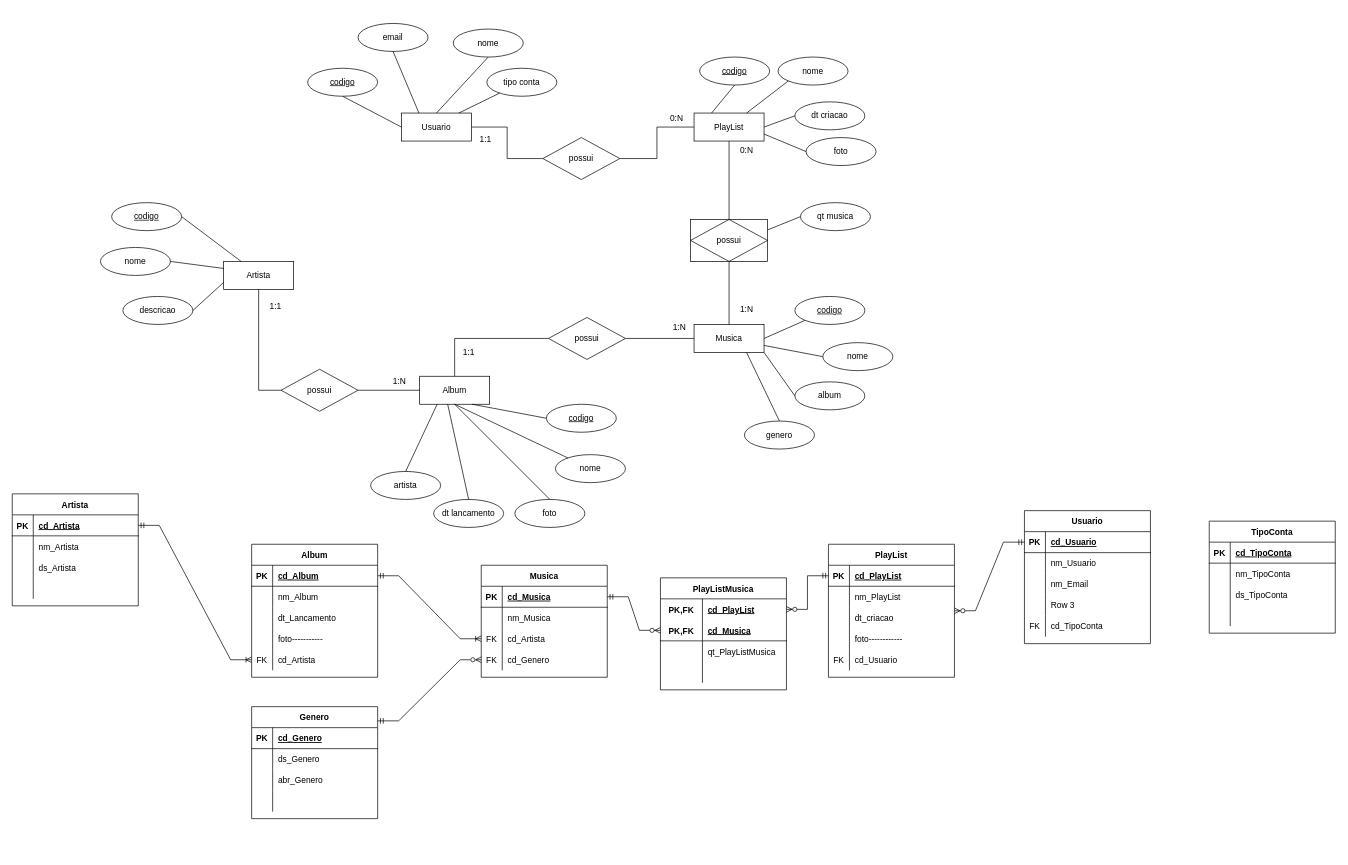
NicolyAvelino/ModelagemBancoDeDados keeps this draw.io diagram as Spotify.drawio. Above is the earlier version. Source tidied: cells renumbered, new cells numbered last; positions are measured from the earlier drawing's top-left corner, leaving out a move shared by most shapes. Both pictures are drawn from the tidied source at 70%, with x=0, y=0 at pixel (12, 23).
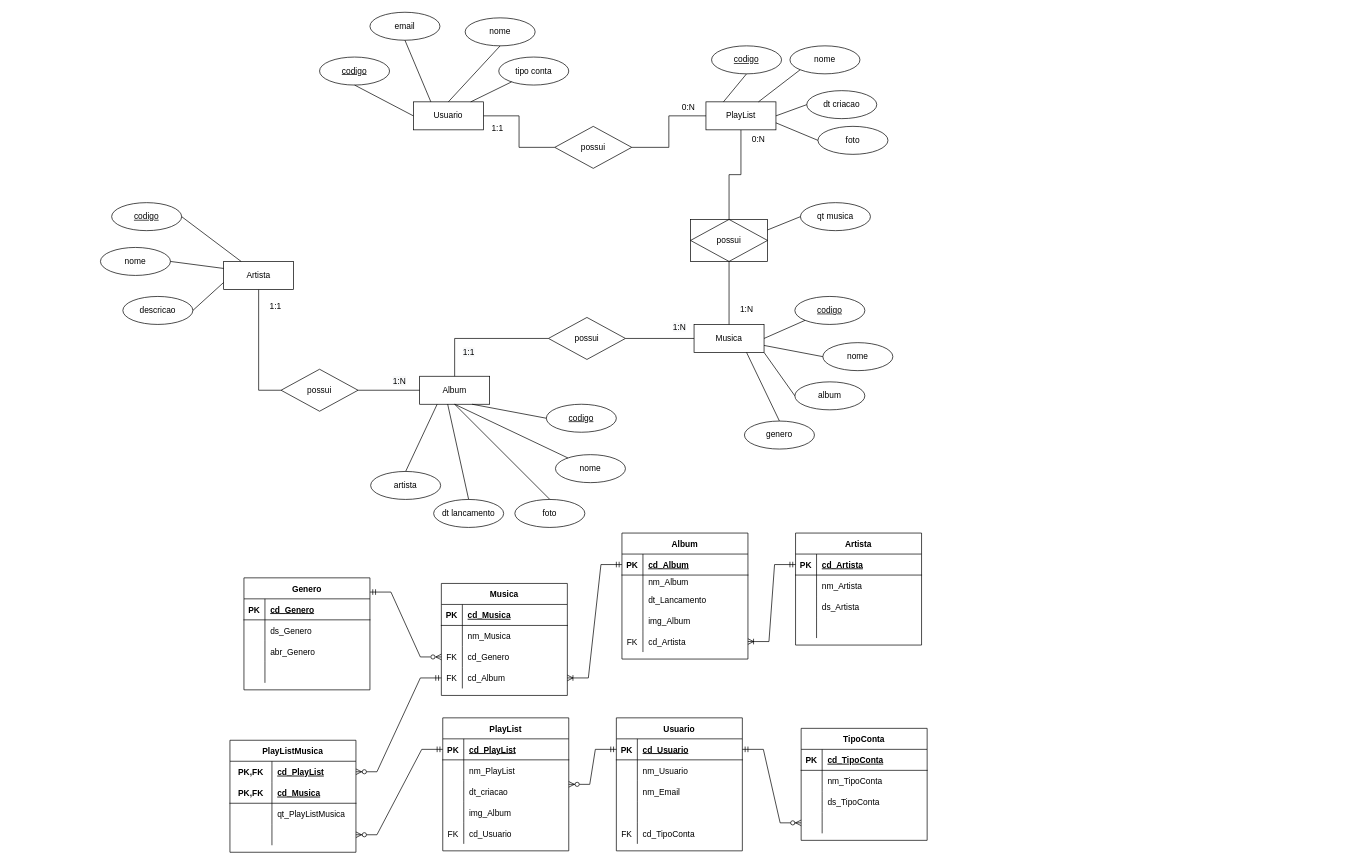
The same diagram, later.

The change refers to these unchanged cells:
```xml
<mxCell id="68" style="shape=tableRow;horizontal=0;startSize=0;swimlaneHead=0;swimlaneBody=0;fillColor=none;points=[[0,0.5],[1,0.5]];portConstraint=eastwest;top=0;left=0;right=0;bottom=1;" parent="67" vertex="1">
  <mxGeometry y="30" width="180" height="30" as="geometry" />
</mxCell>
<mxCell id="81" style="shape=tableRow;horizontal=0;startSize=0;swimlaneHead=0;swimlaneBody=0;fillColor=none;points=[[0,0.5],[1,0.5]];portConstraint=eastwest;top=0;left=0;right=0;bottom=1;" parent="80" vertex="1">
  <mxGeometry y="30" width="180" height="30" as="geometry" />
</mxCell>
<mxCell id="98" style="shape=tableRow;horizontal=0;startSize=0;swimlaneHead=0;swimlaneBody=0;fillColor=none;points=[[0,0.5],[1,0.5]];portConstraint=eastwest;top=0;left=0;right=0;bottom=1;" parent="97" vertex="1">
  <mxGeometry y="30" width="180" height="30" as="geometry" />
</mxCell>
<mxCell id="126" style="shape=tableRow;horizontal=0;startSize=0;swimlaneHead=0;swimlaneBody=0;fillColor=none;points=[[0,0.5],[1,0.5]];portConstraint=eastwest;top=0;left=0;right=0;bottom=1;" parent="125" vertex="1">
  <mxGeometry y="30" width="180" height="30" as="geometry" />
</mxCell>
<mxCell id="135" style="shape=tableRow;horizontal=0;startSize=0;swimlaneHead=0;swimlaneBody=0;fillColor=none;top=0;left=0;right=0;bottom=0;" parent="125" vertex="1">
  <mxGeometry y="120" width="180" height="30" as="geometry" />
</mxCell>
<mxCell id="143" style="shape=tableRow;horizontal=0;startSize=0;swimlaneHead=0;swimlaneBody=0;fillColor=none;points=[[0,0.5],[1,0.5]];portConstraint=eastwest;top=0;left=0;right=0;bottom=0;" parent="142" vertex="1">
  <mxGeometry y="30" width="180" height="30" as="geometry" />
</mxCell>
<mxCell id="146" style="shape=tableRow;horizontal=0;startSize=0;swimlaneHead=0;swimlaneBody=0;fillColor=none;points=[[0,0.5],[1,0.5]];portConstraint=eastwest;top=0;left=0;right=0;bottom=1;" parent="142" vertex="1">
  <mxGeometry y="60" width="180" height="30" as="geometry" />
</mxCell>
<mxCell id="152" style="shape=tableRow;horizontal=0;startSize=0;swimlaneHead=0;swimlaneBody=0;fillColor=none;points=[[0,0.5],[1,0.5]];portConstraint=eastwest;top=0;left=0;right=0;bottom=0;" parent="142" vertex="1">
  <mxGeometry y="120" width="180" height="30" as="geometry" />
</mxCell>
<mxCell id="158" style="shape=tableRow;horizontal=0;startSize=0;swimlaneHead=0;swimlaneBody=0;fillColor=none;points=[[0,0.5],[1,0.5]];portConstraint=eastwest;top=0;left=0;right=0;bottom=1;" parent="157" vertex="1">
  <mxGeometry y="30" width="180" height="30" as="geometry" />
</mxCell>
<mxCell id="167" style="shape=tableRow;horizontal=0;startSize=0;swimlaneHead=0;swimlaneBody=0;fillColor=none;top=0;left=0;right=0;bottom=0;" parent="157" vertex="1">
  <mxGeometry y="120" width="180" height="30" as="geometry" />
</mxCell>
<mxCell id="183" style="shape=tableRow;horizontal=0;startSize=0;swimlaneHead=0;swimlaneBody=0;fillColor=none;points=[[0,0.5],[1,0.5]];portConstraint=eastwest;top=0;left=0;right=0;bottom=0;" parent="173" vertex="1">
  <mxGeometry y="120" width="180" height="30" as="geometry" />
</mxCell>
```

Change to the diagram source:
```diff
@@
     <mxCell id="5" value="PlayList" style="whiteSpace=wrap;html=1;align=center;" parent="1" vertex="1">
-      <mxGeometry x="974" y="128" width="100" height="40" as="geometry" />
+      <mxGeometry x="991" y="112" width="100" height="40" as="geometry" />
     </mxCell>
@@
     <mxCell id="7" value="Usuario" style="whiteSpace=wrap;html=1;align=center;" parent="1" vertex="1">
-      <mxGeometry x="556" y="128" width="100" height="40" as="geometry" />
+      <mxGeometry x="573" y="112" width="100" height="40" as="geometry" />
     </mxCell>
     <mxCell id="8" value="nome" style="ellipse;whiteSpace=wrap;html=1;align=center;" parent="1" vertex="1">
-      <mxGeometry x="630" y="8" width="100" height="40" as="geometry" />
+      <mxGeometry x="647" y="-8" width="100" height="40" as="geometry" />
     </mxCell>
     <mxCell id="9" value="codigo" style="ellipse;whiteSpace=wrap;html=1;align=center;fontStyle=4;" parent="1" vertex="1">
-      <mxGeometry x="422" y="64" width="100" height="40" as="geometry" />
+      <mxGeometry x="439" y="48" width="100" height="40" as="geometry" />
     </mxCell>
     <mxCell id="10" value="codigo" style="ellipse;whiteSpace=wrap;html=1;align=center;fontStyle=4;" parent="1" vertex="1">
-      <mxGeometry x="982" y="48" width="100" height="40" as="geometry" />
+      <mxGeometry x="999" y="32" width="100" height="40" as="geometry" />
     </mxCell>
@@
     <mxCell id="17" value="possui" style="shape=rhombus;perimeter=rhombusPerimeter;whiteSpace=wrap;html=1;align=center;" parent="1" vertex="1">
-      <mxGeometry x="758" y="163" width="110" height="60" as="geometry" />
+      <mxGeometry x="775" y="147" width="110" height="60" as="geometry" />
     </mxCell>
     <mxCell id="18" value="1:1" style="text;strokeColor=none;fillColor=none;spacingLeft=4;spacingRight=4;overflow=hidden;fontSize=12;" parent="1" vertex="1">
-      <mxGeometry x="662" y="152" width="40" height="30" as="geometry" />
+      <mxGeometry x="679" y="136" width="40" height="30" as="geometry" />
     </mxCell>
     <mxCell id="19" value="0:N" style="text;strokeColor=none;fillColor=none;spacingLeft=4;spacingRight=4;overflow=hidden;fontSize=12;" parent="1" vertex="1">
-      <mxGeometry x="934" y="122" width="40" height="30" as="geometry" />
+      <mxGeometry x="951" y="106" width="40" height="30" as="geometry" />
     </mxCell>
     <mxCell id="20" value="nome" style="ellipse;whiteSpace=wrap;html=1;align=center;" parent="1" vertex="1">
-      <mxGeometry x="1094" y="48" width="100" height="40" as="geometry" />
+      <mxGeometry x="1111" y="32" width="100" height="40" as="geometry" />
     </mxCell>
     <mxCell id="21" value="dt criacao" style="ellipse;whiteSpace=wrap;html=1;align=center;" parent="1" vertex="1">
-      <mxGeometry x="1118" y="112" width="100" height="40" as="geometry" />
+      <mxGeometry x="1135" y="96" width="100" height="40" as="geometry" />
     </mxCell>
@@
     <mxCell id="25" value="0:N" style="text;strokeColor=none;fillColor=none;spacingLeft=4;spacingRight=4;overflow=hidden;fontSize=12;" parent="1" vertex="1">
-      <mxGeometry x="1034" y="168" width="40" height="30" as="geometry" />
+      <mxGeometry x="1051" y="152" width="40" height="30" as="geometry" />
     </mxCell>
@@
     <mxCell id="32" value="tipo conta" style="ellipse;whiteSpace=wrap;html=1;align=center;" parent="1" vertex="1">
-      <mxGeometry x="678" y="64" width="100" height="40" as="geometry" />
+      <mxGeometry x="695" y="48" width="100" height="40" as="geometry" />
     </mxCell>
     <mxCell id="33" style="endArrow=none;html=1;rounded=0;" parent="1" edge="1" source="32">
       <mxGeometry relative="1" as="geometry">
-        <mxPoint x="638" y="128" as="targetPoint" />
+        <mxPoint x="655" y="112" as="targetPoint" />
       </mxGeometry>
     </mxCell>
     <mxCell id="34" value="email" style="ellipse;whiteSpace=wrap;html=1;align=center;" parent="1" vertex="1">
-      <mxGeometry x="494" width="100" height="40" as="geometry" />
+      <mxGeometry x="511" y="-16" width="100" height="40" as="geometry" />
     </mxCell>
@@
     <mxCell id="36" value="foto" style="ellipse;whiteSpace=wrap;html=1;align=center;" parent="1" vertex="1">
-      <mxGeometry x="1134" y="163" width="100" height="40" as="geometry" />
+      <mxGeometry x="1151" y="147" width="100" height="40" as="geometry" />
     </mxCell>
@@
     <mxCell id="67" value="Artista" style="shape=table;startSize=30;childLayout=tableLayout;rowLines=0;fontStyle=1;align=center;" parent="1" vertex="1">
-      <mxGeometry y="672" width="180" height="160" as="geometry" />
+      <mxGeometry x="1119" y="728" width="180" height="160" as="geometry" />
     </mxCell>
@@
     <mxCell id="80" value="Album" style="shape=table;startSize=30;childLayout=tableLayout;rowLines=0;fontStyle=1;align=center;" parent="1" vertex="1">
-      <mxGeometry x="342" y="744" width="180" height="190" as="geometry" />
+      <mxGeometry x="871" y="728" width="180" height="180" as="geometry" />
     </mxCell>
@@
     <mxCell id="84" style="shape=tableRow;horizontal=0;startSize=0;swimlaneHead=0;swimlaneBody=0;fillColor=none;top=0;left=0;right=0;bottom=0;" parent="80" vertex="1">
-      <mxGeometry y="60" width="180" height="30" as="geometry" />
+      <mxGeometry y="60" width="180" height="20" as="geometry" />
     </mxCell>
     <mxCell id="85" style="shape=partialRectangle;fillColor=none;top=0;left=0;bottom=0;right=0;overflow=hidden;" parent="84" vertex="1">
-      <mxGeometry width="30" height="30" as="geometry" />
+      <mxGeometry width="30" height="20" as="geometry" />
     </mxCell>
     <mxCell id="86" value="nm_Album" style="shape=partialRectangle;fillColor=none;top=0;left=0;bottom=0;right=0;align=left;spacingLeft=6;overflow=hidden;" parent="84" vertex="1">
-      <mxGeometry x="30" width="150" height="30" as="geometry" />
+      <mxGeometry x="30" width="150" height="20" as="geometry" />
     </mxCell>
     <mxCell id="87" style="shape=tableRow;horizontal=0;startSize=0;swimlaneHead=0;swimlaneBody=0;fillColor=none;top=0;left=0;right=0;bottom=0;" parent="80" vertex="1">
-      <mxGeometry y="90" width="180" height="30" as="geometry" />
+      <mxGeometry y="80" width="180" height="30" as="geometry" />
     </mxCell>
@@
     <mxCell id="90" style="shape=tableRow;horizontal=0;startSize=0;swimlaneHead=0;swimlaneBody=0;fillColor=none;top=0;left=0;right=0;bottom=0;" parent="80" vertex="1">
-      <mxGeometry y="120" width="180" height="30" as="geometry" />
+      <mxGeometry y="110" width="180" height="30" as="geometry" />
     </mxCell>
@@
-    <mxCell id="92" value="foto-----------" style="shape=partialRectangle;fillColor=none;top=0;left=0;bottom=0;right=0;align=left;spacingLeft=6;overflow=hidden;" parent="90" vertex="1">
+    <mxCell id="92" value="img_Album" style="shape=partialRectangle;fillColor=none;top=0;left=0;bottom=0;right=0;align=left;spacingLeft=6;overflow=hidden;" parent="90" vertex="1">
       <mxGeometry x="30" width="150" height="30" as="geometry" />
     </mxCell>
     <mxCell id="93" style="shape=tableRow;horizontal=0;startSize=0;swimlaneHead=0;swimlaneBody=0;fillColor=none;points=[[0,0.5],[1,0.5]];portConstraint=eastwest;top=0;left=0;right=0;bottom=0;" parent="80" vertex="1">
-      <mxGeometry y="150" width="180" height="30" as="geometry" />
+      <mxGeometry y="140" width="180" height="30" as="geometry" />
     </mxCell>
@@
-    <mxCell id="96" style="edgeStyle=entityRelationEdgeStyle;fontSize=12;html=1;endArrow=ERoneToMany;startArrow=ERmandOne;rounded=0;exitX=1;exitY=0.5;exitDx=0;exitDy=0;entryX=0;entryY=0.5;entryDx=0;entryDy=0;" parent="1" edge="1" source="68" target="93">
+    <mxCell id="96" style="edgeStyle=entityRelationEdgeStyle;fontSize=12;html=1;endArrow=ERoneToMany;startArrow=ERmandOne;rounded=0;exitX=0;exitY=0.5;exitDx=0;exitDy=0;" parent="1" edge="1" source="68" target="93">
       <mxGeometry relative="1" as="geometry" />
     </mxCell>
     <mxCell id="97" value="Musica" style="shape=table;startSize=30;childLayout=tableLayout;rowLines=0;fontStyle=1;align=center;" parent="1" vertex="1">
-      <mxGeometry x="670" y="774" width="180" height="160" as="geometry" />
+      <mxGeometry x="613" y="800" width="180" height="160" as="geometry" />
     </mxCell>
@@
+    <mxCell id="107" style="shape=tableRow;horizontal=0;startSize=0;swimlaneHead=0;swimlaneBody=0;fillColor=none;points=[[0,0.5],[1,0.5]];portConstraint=eastwest;top=0;left=0;right=0;bottom=0;" parent="97" vertex="1">
+      <mxGeometry y="90" width="180" height="30" as="geometry" />
+    </mxCell>
+    <mxCell id="108" value="FK" style="shape=partialRectangle;fillColor=none;top=0;left=0;bottom=0;right=0;fontStyle=0;overflow=hidden;" parent="107" vertex="1">
+      <mxGeometry width="30" height="30" as="geometry" />
+    </mxCell>
+    <mxCell id="109" value="cd_Genero" style="shape=partialRectangle;fillColor=none;top=0;left=0;bottom=0;right=0;align=left;spacingLeft=6;fontStyle=0;overflow=hidden;" parent="107" vertex="1">
+      <mxGeometry x="30" width="150" height="30" as="geometry" />
+    </mxCell>
     <mxCell id="104" style="shape=tableRow;horizontal=0;startSize=0;swimlaneHead=0;swimlaneBody=0;fillColor=none;points=[[0,0.5],[1,0.5]];portConstraint=eastwest;top=0;left=0;right=0;bottom=0;" parent="97" vertex="1">
-      <mxGeometry y="90" width="180" height="30" as="geometry" />
+      <mxGeometry y="120" width="180" height="30" as="geometry" />
     </mxCell>
@@
-    <mxCell id="106" value="cd_Artista" style="shape=partialRectangle;fillColor=none;top=0;left=0;bottom=0;right=0;align=left;spacingLeft=6;fontStyle=0;overflow=hidden;" parent="104" vertex="1">
+    <mxCell id="106" value="cd_Album" style="shape=partialRectangle;fillColor=none;top=0;left=0;bottom=0;right=0;align=left;spacingLeft=6;fontStyle=0;overflow=hidden;" parent="104" vertex="1">
       <mxGeometry x="30" width="150" height="30" as="geometry" />
     </mxCell>
-    <mxCell id="107" style="shape=tableRow;horizontal=0;startSize=0;swimlaneHead=0;swimlaneBody=0;fillColor=none;points=[[0,0.5],[1,0.5]];portConstraint=eastwest;top=0;left=0;right=0;bottom=0;" parent="97" vertex="1">
-      <mxGeometry y="120" width="180" height="30" as="geometry" />
-    </mxCell>
-    <mxCell id="108" value="FK" style="shape=partialRectangle;fillColor=none;top=0;left=0;bottom=0;right=0;fontStyle=0;overflow=hidden;" parent="107" vertex="1">
-      <mxGeometry width="30" height="30" as="geometry" />
-    </mxCell>
-    <mxCell id="109" value="cd_Genero" style="shape=partialRectangle;fillColor=none;top=0;left=0;bottom=0;right=0;align=left;spacingLeft=6;fontStyle=0;overflow=hidden;" parent="107" vertex="1">
-      <mxGeometry x="30" width="150" height="30" as="geometry" />
-    </mxCell>
     <mxCell id="110" value="Genero" style="shape=table;startSize=30;childLayout=tableLayout;rowLines=0;fontStyle=1;align=center;" parent="1" vertex="1">
-      <mxGeometry x="342" y="976" width="180" height="160" as="geometry" />
+      <mxGeometry x="331" y="792" width="180" height="160" as="geometry" />
     </mxCell>
@@
-    <mxCell id="123" style="edgeStyle=entityRelationEdgeStyle;fontSize=12;html=1;endArrow=ERoneToMany;startArrow=ERmandOne;rounded=0;exitX=1;exitY=0.5;exitDx=0;exitDy=0;entryX=0;entryY=0.5;entryDx=0;entryDy=0;" parent="1" edge="1" source="81" target="104">
+    <mxCell id="123" style="edgeStyle=entityRelationEdgeStyle;fontSize=12;html=1;endArrow=ERoneToMany;startArrow=ERmandOne;rounded=0;exitX=0;exitY=0.5;exitDx=0;exitDy=0;entryX=1;entryY=0.5;entryDx=0;entryDy=0;" parent="1" edge="1" source="81" target="104">
       <mxGeometry relative="1" as="geometry" />
     </mxCell>
@@
     <mxCell id="125" value="PlayList" style="shape=table;startSize=30;childLayout=tableLayout;rowLines=0;fontStyle=1;align=center;" parent="1" vertex="1">
-      <mxGeometry x="1166" y="744" width="180" height="190" as="geometry" />
+      <mxGeometry x="615" y="992" width="180" height="190" as="geometry" />
     </mxCell>
@@
-    <mxCell id="137" value="foto------------" style="shape=partialRectangle;fillColor=none;top=0;left=0;bottom=0;right=0;align=left;spacingLeft=6;overflow=hidden;" parent="135" vertex="1">
+    <mxCell id="137" value="img_Album" style="shape=partialRectangle;fillColor=none;top=0;left=0;bottom=0;right=0;align=left;spacingLeft=6;overflow=hidden;" parent="135" vertex="1">
       <mxGeometry x="30" width="150" height="30" as="geometry" />
     </mxCell>
@@
     <mxCell id="142" value="PlayListMusica" style="shape=table;startSize=30;childLayout=tableLayout;rowLines=0;fontStyle=1;align=center;" parent="1" vertex="1">
-      <mxGeometry x="926" y="792" width="180" height="160" as="geometry" />
+      <mxGeometry x="311" y="1024" width="180" height="160" as="geometry" />
     </mxCell>
@@
-    <mxCell id="155" style="edgeStyle=entityRelationEdgeStyle;fontSize=12;html=1;endArrow=ERzeroToMany;startArrow=ERmandOne;rounded=0;entryX=0;entryY=0.5;entryDx=0;entryDy=0;exitX=1;exitY=0.5;exitDx=0;exitDy=0;" parent="1" edge="1" source="98" target="146">
+    <mxCell id="155" style="edgeStyle=entityRelationEdgeStyle;fontSize=12;html=1;endArrow=ERzeroToMany;startArrow=ERmandOne;rounded=0;entryX=1;entryY=0.5;entryDx=0;entryDy=0;exitX=0;exitY=0.5;exitDx=0;exitDy=0;" parent="1" edge="1" source="104" target="143">
       <mxGeometry relative="1" as="geometry" />
     </mxCell>
-    <mxCell id="156" style="edgeStyle=entityRelationEdgeStyle;fontSize=12;html=1;endArrow=ERzeroToMany;startArrow=ERmandOne;rounded=0;exitX=0;exitY=0.5;exitDx=0;exitDy=0;" parent="1" edge="1" source="126" target="143">
+    <mxCell id="156" style="edgeStyle=entityRelationEdgeStyle;fontSize=12;html=1;endArrow=ERzeroToMany;startArrow=ERmandOne;rounded=0;exitX=0;exitY=0.5;exitDx=0;exitDy=0;entryX=1;entryY=0.5;entryDx=0;entryDy=0;" parent="1" edge="1" source="126" target="152">
       <mxGeometry relative="1" as="geometry" />
     </mxCell>
     <mxCell id="157" value="Usuario" style="shape=table;startSize=30;childLayout=tableLayout;rowLines=0;fontStyle=1;align=center;" parent="1" vertex="1">
-      <mxGeometry x="1446" y="696" width="180" height="190" as="geometry" />
+      <mxGeometry x="863" y="992" width="180" height="190" as="geometry" />
     </mxCell>
@@
-    <mxCell id="169" value="Row 3" style="shape=partialRectangle;fillColor=none;top=0;left=0;bottom=0;right=0;align=left;spacingLeft=6;overflow=hidden;" parent="167" vertex="1">
+    <mxCell id="169" style="shape=partialRectangle;fillColor=none;top=0;left=0;bottom=0;right=0;align=left;spacingLeft=6;overflow=hidden;" parent="167" vertex="1">
       <mxGeometry x="30" width="150" height="30" as="geometry" />
     </mxCell>
@@
     <mxCell id="173" value="TipoConta" style="shape=table;startSize=30;childLayout=tableLayout;rowLines=0;fontStyle=1;align=center;" parent="1" vertex="1">
-      <mxGeometry x="1710" y="711" width="180" height="160" as="geometry" />
+      <mxGeometry x="1127" y="1007" width="180" height="160" as="geometry" />
     </mxCell>
@@
+    <mxCell id="188" style="edgeStyle=entityRelationEdgeStyle;fontSize=12;html=1;endArrow=ERzeroToMany;startArrow=ERmandOne;rounded=0;exitX=1;exitY=0.5;exitDx=0;exitDy=0;" parent="1" edge="1" source="158" target="183">
+      <mxGeometry relative="1" as="geometry" />
+    </mxCell>
```
